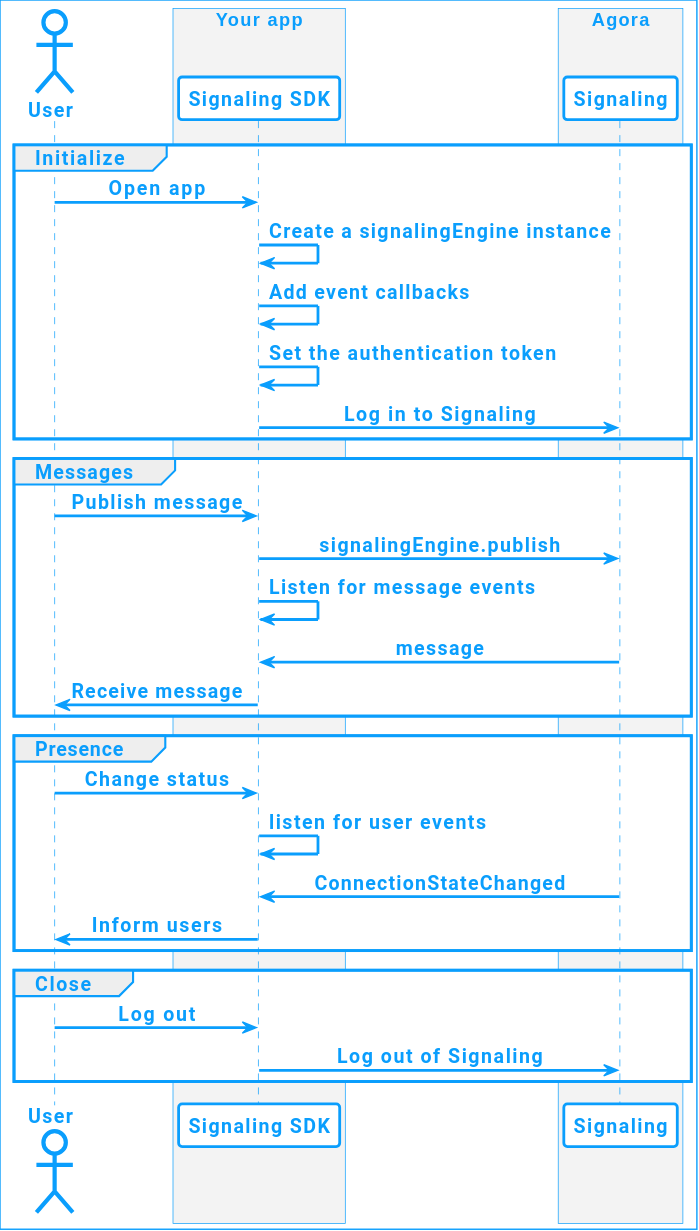
AgoraIO/Docs-Source keeps this PlantUML diagram as assets/images/signaling/get-started-workflow.svg. Above is the earlier version.
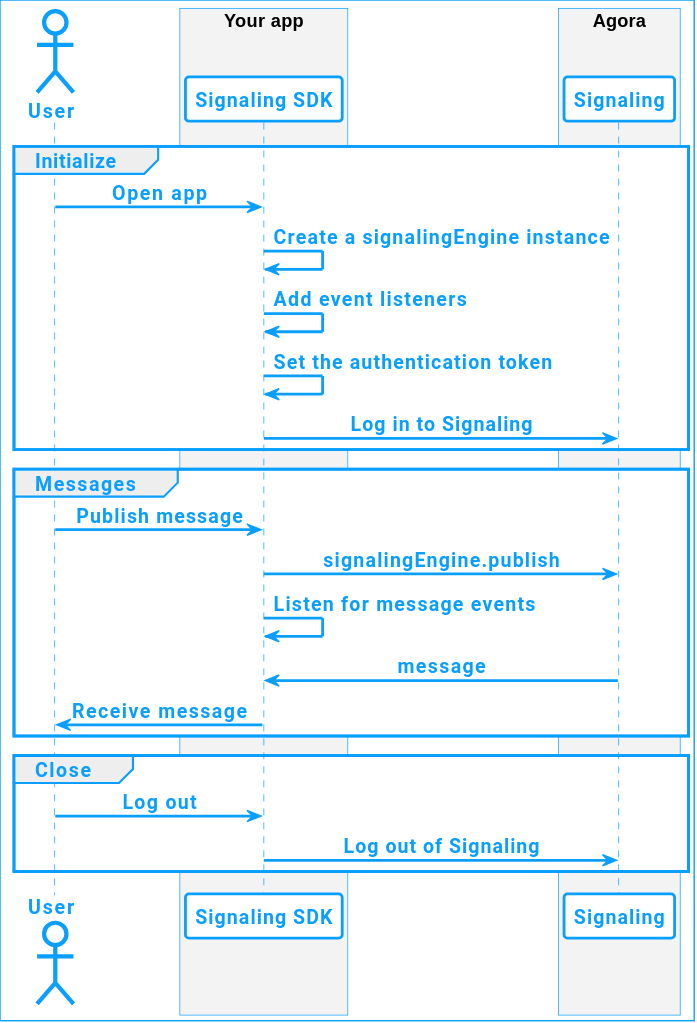
The same diagram one commit later.

What changed in the source:
```diff
@@ -14,7 +14,7 @@
 group Initialize
 USR -> APP: Open app
 APP -> APP: Create a signalingEngine instance
-APP -> APP: Add event callbacks
+APP -> APP: Add event listeners
 APP -> APP: Set the authentication token
 APP -> API: Log in to Signaling
 end
@@ -28,15 +28,6 @@
 APP -> USR: Receive message
 end
 
-group Presence
-
-USR -> APP: Change status
-APP -> APP: listen for user events
-API -> APP: ConnectionStateChanged
-APP -> USR: Inform users
-
-end
-
 group Close
 USR -> APP: Log out
 APP -> API: Log out of Signaling
```
